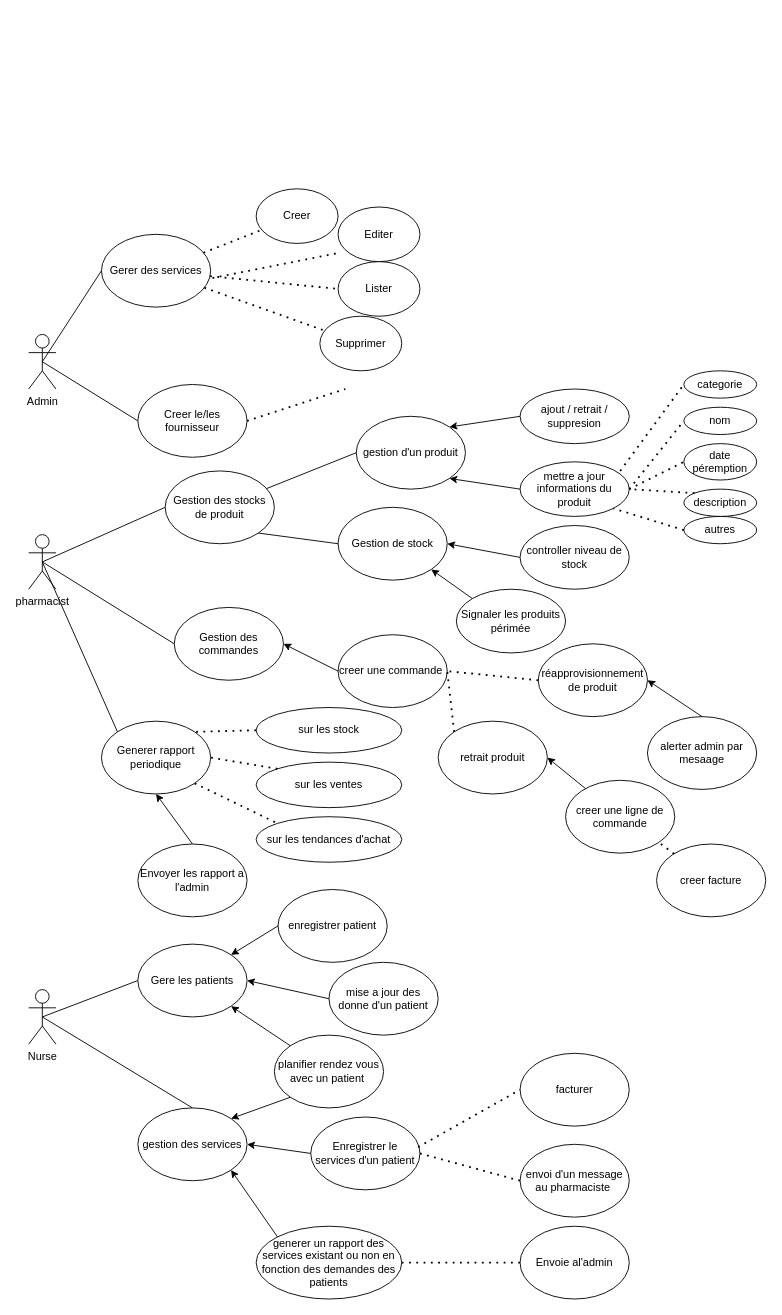
The draw.io diagram page "use case for gestion" (3 of 6) of Untitled Diagram.drawio in arseneRuben/CinsolManagement, before the edit. Source tidied: cells renumbered, new cells numbered last; positions are measured from the earlier drawing's top-left corner, leaving out a move shared by most shapes. Both pictures are drawn from the tidied source at 91%, with x=0, y=0 at pixel (28, 188).
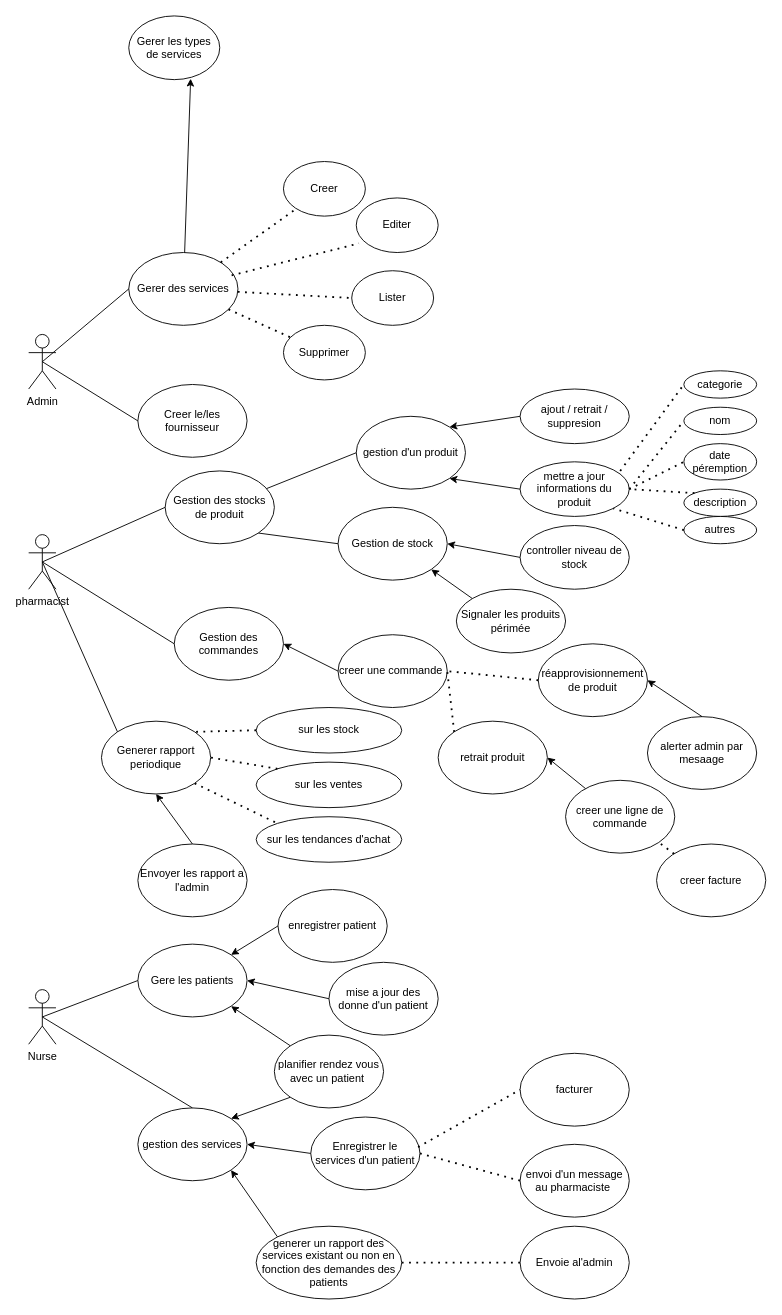
Above is the later version.

Commit message:
types de services

The change refers to these unchanged cells:
```xml
<mxCell id="5" value="Creer le/les fournisseur" style="ellipse;whiteSpace=wrap;html=1;" parent="1" vertex="1">
  <mxGeometry x="120" y="215" width="120" height="80" as="geometry" />
</mxCell>
```

Change to the diagram source:
```diff
@@
     <mxCell id="3" value="Gerer des services" style="ellipse;whiteSpace=wrap;html=1;" parent="1" vertex="1">
-      <mxGeometry x="80" y="50" width="120" height="80" as="geometry" />
+      <mxGeometry x="110" y="70" width="120" height="80" as="geometry" />
     </mxCell>
@@
-    <mxCell id="67" style="endArrow=none;dashed=1;html=1;dashPattern=1 3;strokeWidth=2;rounded=0;exitX=1;exitY=0.5;exitDx=0;exitDy=0;" parent="1" edge="1" source="5">
-      <mxGeometry relative="1" as="geometry">
-        <mxPoint x="348" y="220" as="targetPoint" />
-      </mxGeometry>
-    </mxCell>
@@
     <mxCell id="81" value="Creer" style="ellipse;whiteSpace=wrap;html=1;" parent="1" vertex="1">
-      <mxGeometry x="250" width="90" height="60" as="geometry" />
+      <mxGeometry x="280" y="-30" width="90" height="60" as="geometry" />
     </mxCell>
     <mxCell id="82" value="Editer" style="ellipse;whiteSpace=wrap;html=1;" parent="1" vertex="1">
-      <mxGeometry x="340" y="20" width="90" height="60" as="geometry" />
+      <mxGeometry x="360" y="10" width="90" height="60" as="geometry" />
     </mxCell>
-    <mxCell id="83" style="endArrow=none;dashed=1;html=1;dashPattern=1 3;strokeWidth=2;rounded=0;exitX=1.017;exitY=0.6;exitDx=0;exitDy=0;exitPerimeter=0;entryX=0.033;entryY=0.833;entryDx=0;entryDy=0;entryPerimeter=0;" parent="1" edge="1" source="3" target="82">
+    <mxCell id="83" style="endArrow=none;dashed=1;html=1;dashPattern=1 3;strokeWidth=2;rounded=0;exitX=0.942;exitY=0.313;exitDx=0;exitDy=0;exitPerimeter=0;entryX=0.033;entryY=0.833;entryDx=0;entryDy=0;entryPerimeter=0;" parent="1" edge="1" source="3" target="82">
       <mxGeometry relative="1" as="geometry" />
     </mxCell>
     <mxCell id="84" value="Lister" style="ellipse;whiteSpace=wrap;html=1;" parent="1" vertex="1">
-      <mxGeometry x="340" y="80" width="90" height="60" as="geometry" />
+      <mxGeometry x="355" y="90" width="90" height="60" as="geometry" />
     </mxCell>
@@
     <mxCell id="87" value="Supprimer" style="ellipse;whiteSpace=wrap;html=1;" parent="1" vertex="1">
-      <mxGeometry x="320" y="140" width="90" height="60" as="geometry" />
+      <mxGeometry x="280" y="150" width="90" height="60" as="geometry" />
     </mxCell>
+    <mxCell id="88" value="Gerer les types de services" style="ellipse;whiteSpace=wrap;html=1;" parent="1" vertex="1">
+      <mxGeometry x="110" y="-190" width="100" height="70" as="geometry" />
+    </mxCell>
+    <mxCell id="89" style="rounded=0;jettySize=auto;html=1;entryX=0.68;entryY=0.986;entryDx=0;entryDy=0;entryPerimeter=0;" parent="1" edge="1" source="3" target="88">
+      <mxGeometry relative="1" as="geometry" />
+    </mxCell>
```
